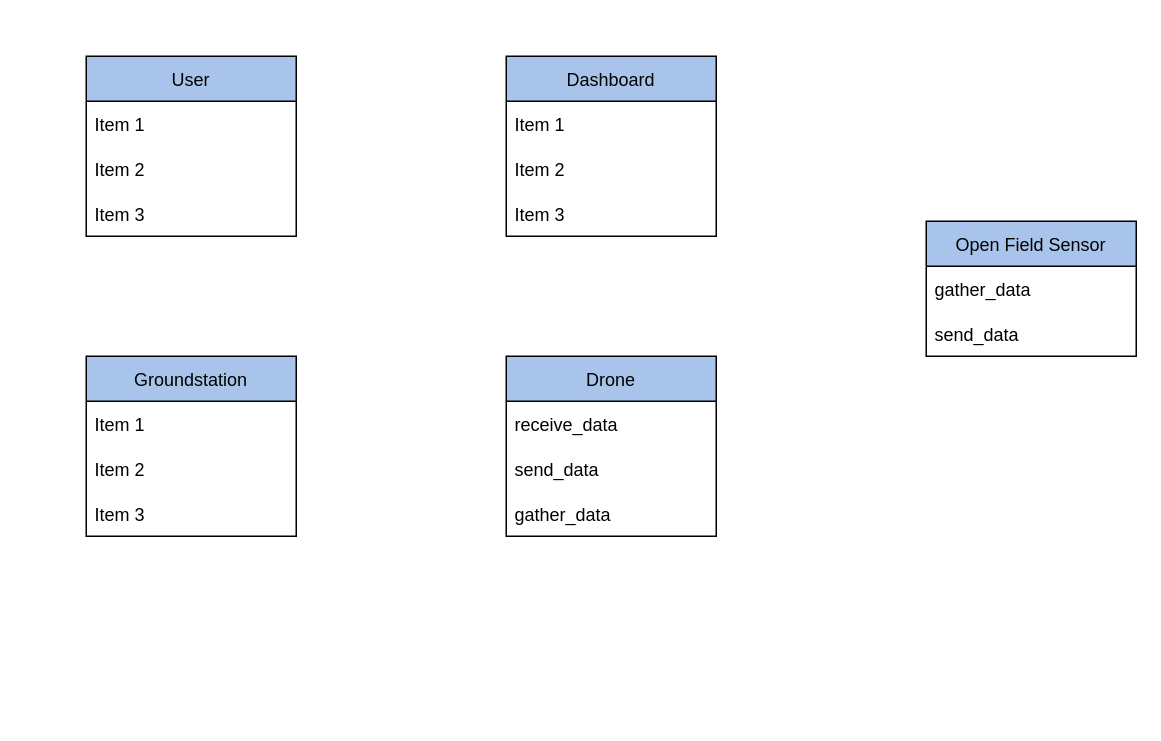
Before: page "DomainModel" (3 of 4) of M2.drawio in PECI-Grupo-12-Drones/diagrams, a draw.io diagram. Source tidied: cells renumbered, new cells numbered last; positions are measured from the earlier drawing's top-left corner, leaving out a move shared by most shapes. Both pictures are drawn from the tidied source at 150%, with x=0, y=0 at pixel (86, 56).
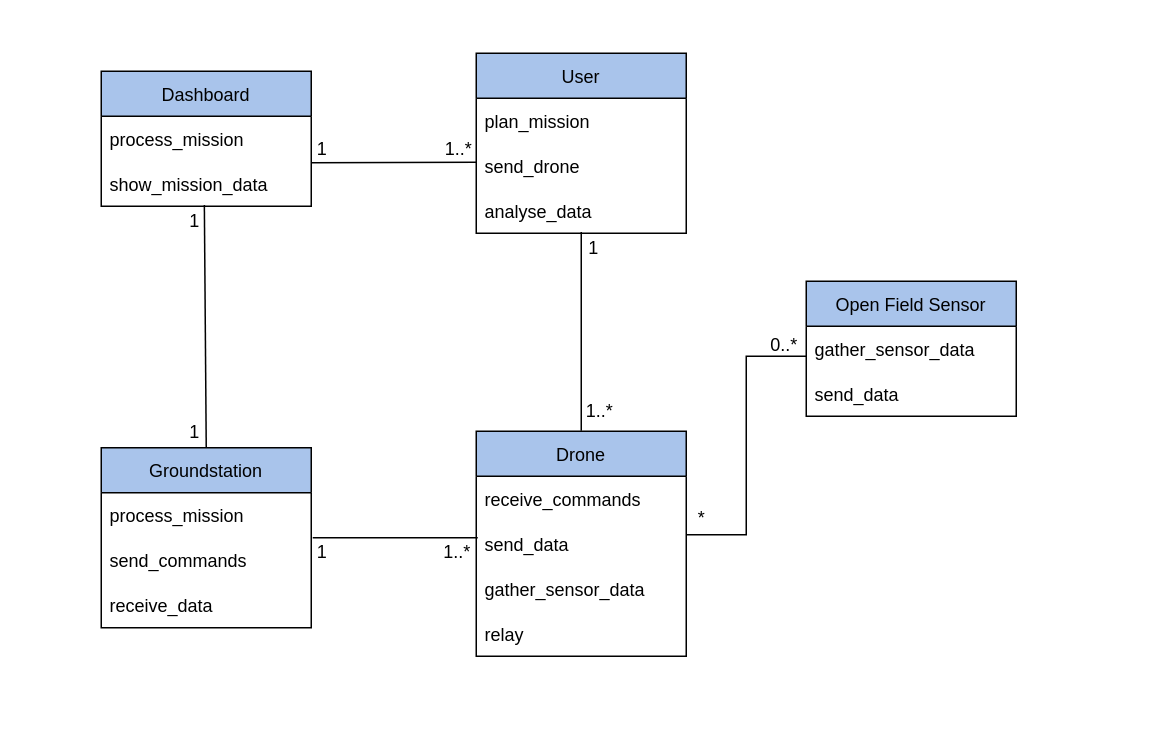
After the change.

Change to the diagram source:
```diff
@@
     <mxCell id="2" value="Drone" style="swimlane;fontStyle=0;horizontal=1;startSize=30;fillColor=#A9C4EB;" parent="1" vertex="1">
-      <mxGeometry x="280" y="200" width="140" height="120" as="geometry" />
+      <mxGeometry x="260" y="250" width="140" height="150" as="geometry" />
     </mxCell>
-    <mxCell id="3" value="receive_data" style="text;strokeColor=none;fillColor=none;align=left;verticalAlign=middle;spacingLeft=4;spacingRight=4;overflow=hidden;" parent="2" vertex="1">
+    <mxCell id="3" value="receive_commands" style="text;strokeColor=none;fillColor=none;align=left;verticalAlign=middle;spacingLeft=4;spacingRight=4;overflow=hidden;" parent="2" vertex="1">
       <mxGeometry y="30" width="140" height="30" as="geometry" />
     </mxCell>
@@
-    <mxCell id="5" value="gather_data" style="text;strokeColor=none;fillColor=none;align=left;verticalAlign=middle;spacingLeft=4;spacingRight=4;overflow=hidden;" parent="2" vertex="1">
+    <mxCell id="5" value="gather_sensor_data" style="text;strokeColor=none;fillColor=none;align=left;verticalAlign=middle;spacingLeft=4;spacingRight=4;overflow=hidden;" parent="2" vertex="1">
       <mxGeometry y="90" width="140" height="30" as="geometry" />
     </mxCell>
+    <mxCell id="21" value="relay" style="text;strokeColor=none;fillColor=none;align=left;verticalAlign=middle;spacingLeft=4;spacingRight=4;overflow=hidden;" parent="2" vertex="1">
+      <mxGeometry y="120" width="140" height="30" as="geometry" />
+    </mxCell>
     <mxCell id="6" value="Groundstation" style="swimlane;fontStyle=0;horizontal=1;startSize=30;fillColor=#A9C4EB;" parent="1" vertex="1">
-      <mxGeometry y="200" width="140" height="120" as="geometry" />
+      <mxGeometry x="10" y="261" width="140" height="120" as="geometry" />
     </mxCell>
-    <mxCell id="7" value="Item 1" style="text;strokeColor=none;fillColor=none;align=left;verticalAlign=middle;spacingLeft=4;spacingRight=4;overflow=hidden;" parent="6" vertex="1">
+    <mxCell id="7" value="process_mission" style="text;strokeColor=none;fillColor=none;align=left;verticalAlign=middle;spacingLeft=4;spacingRight=4;overflow=hidden;" parent="6" vertex="1">
       <mxGeometry y="30" width="140" height="30" as="geometry" />
     </mxCell>
-    <mxCell id="8" value="Item 2" style="text;strokeColor=none;fillColor=none;align=left;verticalAlign=middle;spacingLeft=4;spacingRight=4;overflow=hidden;" parent="6" vertex="1">
+    <mxCell id="8" value="send_commands" style="text;strokeColor=none;fillColor=none;align=left;verticalAlign=middle;spacingLeft=4;spacingRight=4;overflow=hidden;" parent="6" vertex="1">
       <mxGeometry y="60" width="140" height="30" as="geometry" />
     </mxCell>
-    <mxCell id="9" value="Item 3" style="text;strokeColor=none;fillColor=none;align=left;verticalAlign=middle;spacingLeft=4;spacingRight=4;overflow=hidden;" parent="6" vertex="1">
+    <mxCell id="9" value="receive_data" style="text;strokeColor=none;fillColor=none;align=left;verticalAlign=middle;spacingLeft=4;spacingRight=4;overflow=hidden;" parent="6" vertex="1">
       <mxGeometry y="90" width="140" height="30" as="geometry" />
     </mxCell>
     <mxCell id="10" value="User" style="swimlane;fontStyle=0;horizontal=1;startSize=30;fillColor=#A9C4EB;" parent="1" vertex="1">
-      <mxGeometry width="140" height="120" as="geometry" />
+      <mxGeometry x="260" y="-2" width="140" height="120" as="geometry" />
     </mxCell>
+    <mxCell id="13" value="plan_mission" style="text;strokeColor=none;fillColor=none;align=left;verticalAlign=middle;spacingLeft=4;spacingRight=4;overflow=hidden;" parent="10" vertex="1">
+      <mxGeometry y="30" width="140" height="30" as="geometry" />
+    </mxCell>
-    <mxCell id="11" value="Item 1" style="text;strokeColor=none;fillColor=none;align=left;verticalAlign=middle;spacingLeft=4;spacingRight=4;overflow=hidden;" parent="10" vertex="1">
-      <mxGeometry y="30" width="140" height="30" as="geometry" />
+    <mxCell id="11" value="send_drone" style="text;strokeColor=none;fillColor=none;align=left;verticalAlign=middle;spacingLeft=4;spacingRight=4;overflow=hidden;" parent="10" vertex="1">
+      <mxGeometry y="60" width="140" height="30" as="geometry" />
     </mxCell>
-    <mxCell id="12" value="Item 2" style="text;strokeColor=none;fillColor=none;align=left;verticalAlign=middle;spacingLeft=4;spacingRight=4;overflow=hidden;points=[[0,0.5],[1,0.5]];portConstraint=eastwest;" parent="10" vertex="1">
-      <mxGeometry y="60" width="140" height="30" as="geometry" />
+    <mxCell id="12" value="analyse_data" style="text;strokeColor=none;fillColor=none;align=left;verticalAlign=middle;spacingLeft=4;spacingRight=4;overflow=hidden;points=[[0,0.5],[1,0.5]];portConstraint=eastwest;" parent="10" vertex="1">
+      <mxGeometry y="90" width="140" height="30" as="geometry" />
     </mxCell>
-    <mxCell id="13" value="Item 3" style="text;strokeColor=none;fillColor=none;align=left;verticalAlign=middle;spacingLeft=4;spacingRight=4;overflow=hidden;" parent="10" vertex="1">
-      <mxGeometry y="90" width="140" height="30" as="geometry" />
-    </mxCell>
     <mxCell id="14" value="Open Field Sensor" style="swimlane;fontStyle=0;horizontal=1;startSize=30;fillColor=#A9C4EB;" parent="1" vertex="1">
-      <mxGeometry x="560" y="110" width="140" height="90" as="geometry" />
+      <mxGeometry x="480" y="150" width="140" height="90" as="geometry" />
     </mxCell>
-    <mxCell id="15" value="gather_data" style="text;strokeColor=none;fillColor=none;align=left;verticalAlign=middle;spacingLeft=4;spacingRight=4;overflow=hidden;" parent="14" vertex="1">
+    <mxCell id="15" value="gather_sensor_data" style="text;strokeColor=none;fillColor=none;align=left;verticalAlign=middle;spacingLeft=4;spacingRight=4;overflow=hidden;" parent="14" vertex="1">
       <mxGeometry y="30" width="140" height="30" as="geometry" />
     </mxCell>
@@
     <mxCell id="17" value="Dashboard" style="swimlane;fontStyle=0;horizontal=1;startSize=30;fillColor=#A9C4EB;" parent="1" vertex="1">
-      <mxGeometry x="280" width="140" height="120" as="geometry" />
+      <mxGeometry x="10" y="10" width="140" height="90" as="geometry" />
     </mxCell>
-    <mxCell id="18" value="Item 1" style="text;strokeColor=none;fillColor=none;align=left;verticalAlign=middle;spacingLeft=4;spacingRight=4;overflow=hidden;" parent="17" vertex="1">
+    <mxCell id="18" value="process_mission" style="text;strokeColor=none;fillColor=none;align=left;verticalAlign=middle;spacingLeft=4;spacingRight=4;overflow=hidden;" parent="17" vertex="1">
       <mxGeometry y="30" width="140" height="30" as="geometry" />
     </mxCell>
-    <mxCell id="19" value="Item 2" style="text;strokeColor=none;fillColor=none;align=left;verticalAlign=middle;spacingLeft=4;spacingRight=4;overflow=hidden;points=[[0,0.5],[1,0.5]];portConstraint=eastwest;" parent="17" vertex="1">
+    <mxCell id="19" value="show_mission_data" style="text;strokeColor=none;fillColor=none;align=left;verticalAlign=middle;spacingLeft=4;spacingRight=4;overflow=hidden;points=[[0,0.5],[1,0.5]];portConstraint=eastwest;" parent="17" vertex="1">
       <mxGeometry y="60" width="140" height="30" as="geometry" />
     </mxCell>
-    <mxCell id="20" value="Item 3" style="text;strokeColor=none;fillColor=none;align=left;verticalAlign=middle;spacingLeft=4;spacingRight=4;overflow=hidden;" parent="17" vertex="1">
-      <mxGeometry y="90" width="140" height="30" as="geometry" />
-    </mxCell>
+    <mxCell id="22" style="endArrow=none;html=1;rounded=0;exitX=1;exitY=0.5;exitDx=0;exitDy=0;entryX=0;entryY=0.5;entryDx=0;entryDy=0;" parent="1" edge="1">
+      <mxGeometry relative="1" as="geometry">
+        <mxPoint x="151" y="321" as="sourcePoint" />
+        <mxPoint x="261" y="321" as="targetPoint" />
+      </mxGeometry>
+    </mxCell>
+    <mxCell id="23" style="endArrow=none;html=1;rounded=0;entryX=0;entryY=0.5;entryDx=0;entryDy=0;" parent="1" edge="1">
+      <mxGeometry relative="1" as="geometry">
+        <mxPoint x="400" y="319" as="sourcePoint" />
+        <mxPoint x="480" y="200" as="targetPoint" />
+        <Array as="points">
+          <mxPoint x="440" y="319" />
+          <mxPoint x="440" y="200" />
+        </Array>
+      </mxGeometry>
+    </mxCell>
+    <mxCell id="24" style="endArrow=none;html=1;rounded=0;exitX=0.5;exitY=0;exitDx=0;exitDy=0;entryX=0.491;entryY=0.973;entryDx=0;entryDy=0;entryPerimeter=0;" parent="1" edge="1" source="6" target="19">
+      <mxGeometry relative="1" as="geometry" />
+    </mxCell>
+    <mxCell id="25" style="endArrow=none;html=1;rounded=0;entryX=0.003;entryY=0.12;entryDx=0;entryDy=0;entryPerimeter=0;" parent="1" edge="1">
+      <mxGeometry relative="1" as="geometry">
+        <mxPoint x="150" y="71" as="sourcePoint" />
+        <mxPoint x="260.4" y="70.6" as="targetPoint" />
+      </mxGeometry>
+    </mxCell>
+    <mxCell id="26" style="endArrow=none;html=1;rounded=0;exitX=0.443;exitY=-0.003;exitDx=0;exitDy=0;exitPerimeter=0;entryX=0.5;entryY=0.972;entryDx=0;entryDy=0;entryPerimeter=0;" parent="1" edge="1" target="12">
+      <mxGeometry relative="1" as="geometry">
+        <mxPoint x="330" y="249.6" as="sourcePoint" />
+      </mxGeometry>
+    </mxCell>
+    <mxCell id="27" value="1" style="text;html=1;align=center;verticalAlign=middle;strokeColor=none;fillColor=none;" parent="1" vertex="1">
+      <mxGeometry x="323" y="113" width="30" height="30" as="geometry" />
+    </mxCell>
+    <mxCell id="28" value="1..*" style="text;html=1;align=center;verticalAlign=middle;strokeColor=none;fillColor=none;" parent="1" vertex="1">
+      <mxGeometry x="322" y="222" width="40" height="30" as="geometry" />
+    </mxCell>
+    <mxCell id="29" value="1" style="text;html=1;align=center;verticalAlign=middle;strokeColor=none;fillColor=none;" parent="1" vertex="1">
+      <mxGeometry x="142" y="316" width="30" height="30" as="geometry" />
+    </mxCell>
+    <mxCell id="30" value="1..*" style="text;html=1;align=center;verticalAlign=middle;strokeColor=none;fillColor=none;" parent="1" vertex="1">
+      <mxGeometry x="227" y="316" width="40" height="30" as="geometry" />
+    </mxCell>
+    <mxCell id="31" value="1..*" style="text;html=1;align=center;verticalAlign=middle;strokeColor=none;fillColor=none;" parent="1" vertex="1">
+      <mxGeometry x="228" y="47" width="40" height="30" as="geometry" />
+    </mxCell>
+    <mxCell id="32" value="1" style="text;html=1;align=center;verticalAlign=middle;strokeColor=none;fillColor=none;" parent="1" vertex="1">
+      <mxGeometry x="142" y="47" width="30" height="30" as="geometry" />
+    </mxCell>
+    <mxCell id="33" value="1" style="text;html=1;align=center;verticalAlign=middle;strokeColor=none;fillColor=none;" parent="1" vertex="1">
+      <mxGeometry x="57" y="95" width="30" height="30" as="geometry" />
+    </mxCell>
+    <mxCell id="34" value="1" style="text;html=1;align=center;verticalAlign=middle;strokeColor=none;fillColor=none;" parent="1" vertex="1">
+      <mxGeometry x="57" y="236" width="30" height="30" as="geometry" />
+    </mxCell>
+    <mxCell id="35" value="0..*" style="text;html=1;align=center;verticalAlign=middle;strokeColor=none;fillColor=none;" parent="1" vertex="1">
+      <mxGeometry x="445" y="178" width="40" height="30" as="geometry" />
+    </mxCell>
+    <mxCell id="36" style="rounded=0;whiteSpace=wrap;html=1;fillColor=none;strokeColor=none;" parent="1" vertex="1">
+      <mxGeometry x="-40" y="-20" width="700" height="460" as="geometry" />
+    </mxCell>
+    <mxCell id="37" value="*" style="text;html=1;align=center;verticalAlign=middle;strokeColor=none;fillColor=none;" parent="1" vertex="1">
+      <mxGeometry x="395" y="293" width="30" height="30" as="geometry" />
+    </mxCell>
```
